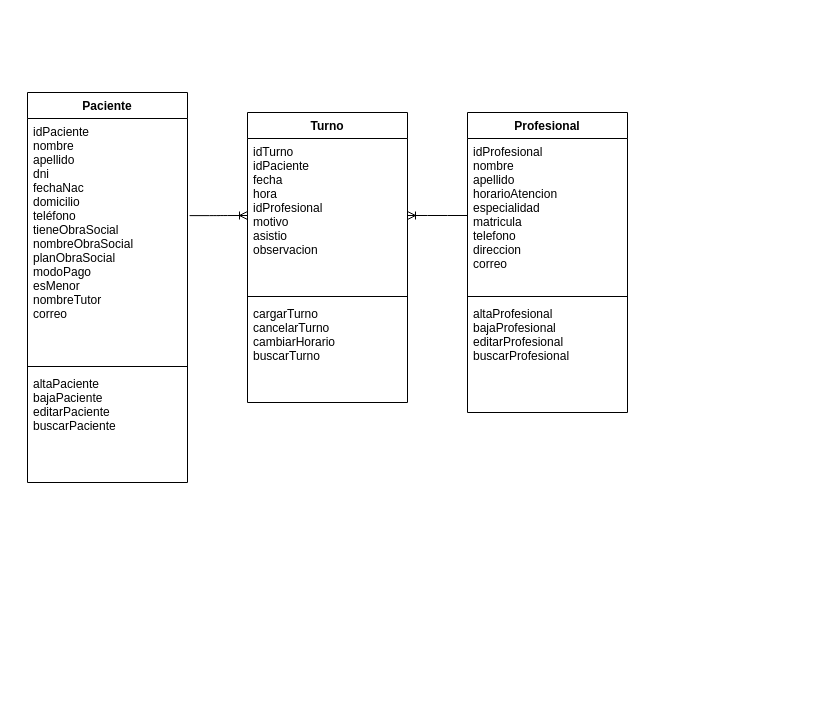
This is modeloDeClases-Soledad-Repezza.drawio from msrepezza/gestion-turnos-clinica-odontologica, a draw.io file, before an edit. Source tidied: cells renumbered, new cells numbered last; positions are measured from the earlier drawing's top-left corner, leaving out a move shared by most shapes. Both pictures are drawn from the tidied source at 100%, with x=0, y=0 at pixel (27, 92).
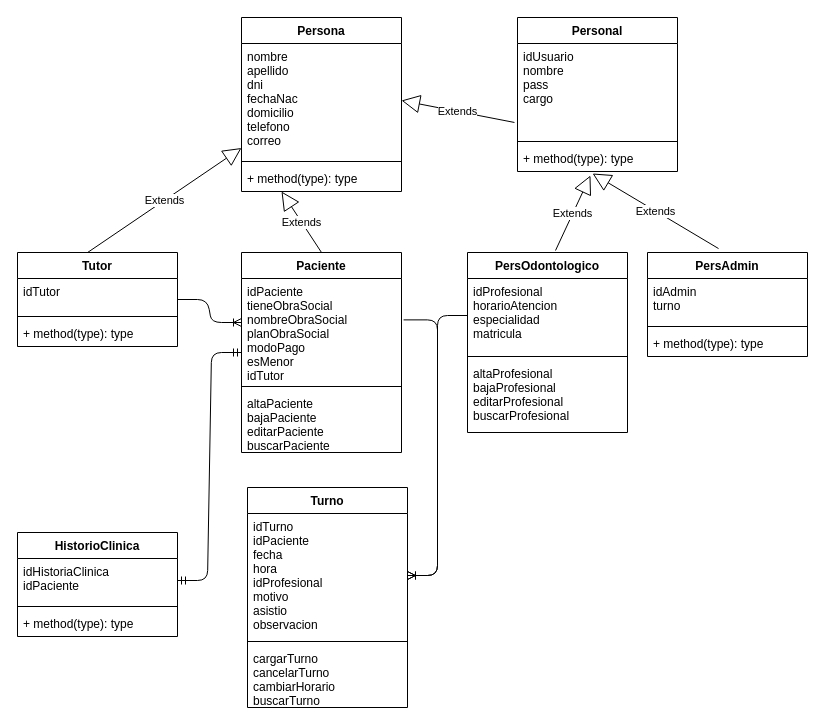
Above is the later version.

Diff of the diagram source:
```diff
@@
+    <mxCell id="16" value="Persona" style="swimlane;fontStyle=1;align=center;verticalAlign=top;horizontal=1;startSize=26;" parent="1" vertex="1">
+      <mxGeometry x="214" y="-75" width="160" height="174" as="geometry" />
+    </mxCell>
+    <mxCell id="17" value="nombre&#10;apellido&#10;dni&#10;fechaNac&#10;domicilio&#10;telefono&#10;correo" style="text;strokeColor=none;fillColor=none;align=left;verticalAlign=top;spacingLeft=4;spacingRight=4;overflow=hidden;points=[[0,0.5],[1,0.5]];portConstraint=eastwest;" parent="16" vertex="1">
+      <mxGeometry y="26" width="160" height="114" as="geometry" />
+    </mxCell>
+    <mxCell id="18" style="line;strokeWidth=1;fillColor=none;align=left;verticalAlign=middle;spacingTop=-1;spacingLeft=3;spacingRight=3;labelPosition=right;" parent="16" vertex="1">
+      <mxGeometry y="140" width="160" height="8" as="geometry" />
+    </mxCell>
+    <mxCell id="19" value="+ method(type): type" style="text;strokeColor=none;fillColor=none;align=left;verticalAlign=top;spacingLeft=4;spacingRight=4;overflow=hidden;" parent="16" vertex="1">
+      <mxGeometry y="148" width="160" height="26" as="geometry" />
+    </mxCell>
+    <mxCell id="20" value="Personal" style="swimlane;fontStyle=1;align=center;verticalAlign=top;horizontal=1;startSize=26;" parent="1" vertex="1">
+      <mxGeometry x="490" y="-75" width="160" height="154" as="geometry" />
+    </mxCell>
+    <mxCell id="21" value="idUsuario&#10;nombre&#10;pass&#10;cargo" style="text;strokeColor=none;fillColor=none;align=left;verticalAlign=top;spacingLeft=4;spacingRight=4;overflow=hidden;points=[[0,0.5],[1,0.5]];portConstraint=eastwest;" parent="20" vertex="1">
+      <mxGeometry y="26" width="160" height="94" as="geometry" />
+    </mxCell>
+    <mxCell id="22" style="line;strokeWidth=1;fillColor=none;align=left;verticalAlign=middle;spacingTop=-1;spacingLeft=3;spacingRight=3;labelPosition=right;" parent="20" vertex="1">
+      <mxGeometry y="120" width="160" height="8" as="geometry" />
+    </mxCell>
+    <mxCell id="23" value="+ method(type): type" style="text;strokeColor=none;fillColor=none;align=left;verticalAlign=top;spacingLeft=4;spacingRight=4;overflow=hidden;points=[[0,0.5],[1,0.5]];portConstraint=eastwest;" parent="20" vertex="1">
+      <mxGeometry y="128" width="160" height="26" as="geometry" />
+    </mxCell>
+    <mxCell id="24" style="edgeStyle=entityRelationEdgeStyle;fontSize=12;html=1;endArrow=ERmandOne;startArrow=ERmandOne;exitX=1;exitY=0.5;exitDx=0;exitDy=0;entryX=0;entryY=0.5;entryDx=0;entryDy=0;" parent="1" edge="1" source="35" target="4">
+      <mxGeometry relative="1" as="geometry" />
+    </mxCell>
+    <mxCell id="25" value="Extends" style="endArrow=block;endSize=16;endFill=0;html=1;exitX=0.438;exitY=0;exitDx=0;exitDy=0;exitPerimeter=0;entryX=0;entryY=0.75;entryDx=0;entryDy=0;" parent="1" edge="1" source="38" target="16">
+      <mxGeometry relative="1" as="geometry" />
+    </mxCell>
+    <mxCell id="26" value="Extends" style="endArrow=block;endSize=16;endFill=0;html=1;exitX=0.5;exitY=0;exitDx=0;exitDy=0;entryX=0.25;entryY=1;entryDx=0;entryDy=0;" parent="1" edge="1" source="4" target="16">
+      <mxGeometry relative="1" as="geometry" />
+    </mxCell>
+    <mxCell id="27" value="Extends" style="endArrow=block;endSize=16;endFill=0;html=1;exitX=-0.019;exitY=0.84;exitDx=0;exitDy=0;exitPerimeter=0;entryX=1;entryY=0.5;entryDx=0;entryDy=0;" parent="1" edge="1" source="21" target="17">
+      <mxGeometry relative="1" as="geometry" />
+    </mxCell>
+    <mxCell id="28" value="Extends" style="endArrow=block;endSize=16;endFill=0;html=1;entryX=0.456;entryY=1.154;entryDx=0;entryDy=0;entryPerimeter=0;exitX=0.55;exitY=-0.011;exitDx=0;exitDy=0;exitPerimeter=0;" parent="1" edge="1" source="12" target="23">
+      <mxGeometry relative="1" as="geometry" />
+    </mxCell>
+    <mxCell id="29" value="Extends" style="endArrow=block;endSize=16;endFill=0;html=1;entryX=0.469;entryY=1.077;entryDx=0;entryDy=0;entryPerimeter=0;exitX=0.444;exitY=-0.038;exitDx=0;exitDy=0;exitPerimeter=0;" parent="1" edge="1" source="30" target="23">
+      <mxGeometry relative="1" as="geometry" />
+    </mxCell>
+    <mxCell id="30" value="PersAdmin" style="swimlane;fontStyle=1;align=center;verticalAlign=top;horizontal=1;startSize=26;" parent="1" vertex="1">
+      <mxGeometry x="620" y="160" width="160" height="104" as="geometry" />
+    </mxCell>
+    <mxCell id="31" value="idAdmin&#10;turno&#10;" style="text;strokeColor=none;fillColor=none;align=left;verticalAlign=top;spacingLeft=4;spacingRight=4;overflow=hidden;" parent="30" vertex="1">
+      <mxGeometry y="26" width="160" height="44" as="geometry" />
+    </mxCell>
+    <mxCell id="32" style="line;strokeWidth=1;fillColor=none;align=left;verticalAlign=middle;spacingTop=-1;spacingLeft=3;spacingRight=3;labelPosition=right;" parent="30" vertex="1">
+      <mxGeometry y="70" width="160" height="8" as="geometry" />
+    </mxCell>
+    <mxCell id="33" value="+ method(type): type" style="text;strokeColor=none;fillColor=none;align=left;verticalAlign=top;spacingLeft=4;spacingRight=4;overflow=hidden;" parent="30" vertex="1">
+      <mxGeometry y="78" width="160" height="26" as="geometry" />
+    </mxCell>
+    <mxCell id="12" value="PersOdontologico" style="swimlane;fontStyle=1;align=center;verticalAlign=top;horizontal=1;startSize=26;" parent="1" vertex="1">
+      <mxGeometry x="440" y="160" width="160" height="180" as="geometry" />
+    </mxCell>
+    <mxCell id="13" value="idProfesional&#10;horarioAtencion&#10;especialidad&#10;matricula&#10;&#10;" style="text;strokeColor=none;fillColor=none;align=left;verticalAlign=top;spacingLeft=4;spacingRight=4;overflow=hidden;points=[[0,0.5],[1,0.5]];portConstraint=eastwest;" parent="12" vertex="1">
+      <mxGeometry y="26" width="160" height="74" as="geometry" />
+    </mxCell>
+    <mxCell id="14" style="line;strokeWidth=1;fillColor=none;align=left;verticalAlign=middle;spacingTop=-1;spacingLeft=3;spacingRight=3;labelPosition=right;" parent="12" vertex="1">
+      <mxGeometry y="100" width="160" height="8" as="geometry" />
+    </mxCell>
+    <mxCell id="15" value="altaProfesional&#10;bajaProfesional&#10;editarProfesional&#10;buscarProfesional&#10;" style="text;strokeColor=none;fillColor=none;align=left;verticalAlign=top;spacingLeft=4;spacingRight=4;overflow=hidden;" parent="12" vertex="1">
+      <mxGeometry y="108" width="160" height="72" as="geometry" />
+    </mxCell>
+    <mxCell id="8" value="Turno" style="swimlane;fontStyle=1;align=center;verticalAlign=top;horizontal=1;startSize=26;" parent="1" vertex="1">
+      <mxGeometry x="220" y="395" width="160" height="220" as="geometry" />
+    </mxCell>
+    <mxCell id="9" value="idTurno&#10;idPaciente&#10;fecha&#10;hora&#10;idProfesional&#10;motivo&#10;asistio&#10;observacion&#10;" style="text;strokeColor=none;fillColor=none;align=left;verticalAlign=top;spacingLeft=4;spacingRight=4;overflow=hidden;points=[[0,0.5],[1,0.5]];portConstraint=eastwest;" parent="8" vertex="1">
+      <mxGeometry y="26" width="160" height="124" as="geometry" />
+    </mxCell>
+    <mxCell id="10" style="line;strokeWidth=1;fillColor=none;align=left;verticalAlign=middle;spacingTop=-1;spacingLeft=3;spacingRight=3;labelPosition=right;" parent="8" vertex="1">
+      <mxGeometry y="150" width="160" height="8" as="geometry" />
+    </mxCell>
+    <mxCell id="11" value="cargarTurno&#10;cancelarTurno&#10;cambiarHorario&#10;buscarTurno&#10;&#10;" style="text;strokeColor=none;fillColor=none;align=left;verticalAlign=top;spacingLeft=4;spacingRight=4;overflow=hidden;" parent="8" vertex="1">
+      <mxGeometry y="158" width="160" height="62" as="geometry" />
+    </mxCell>
     <mxCell id="4" value="Paciente" style="swimlane;fontStyle=1;align=center;verticalAlign=top;horizontal=1;startSize=26;" parent="1" vertex="1">
-      <mxGeometry width="160" height="390" as="geometry" />
+      <mxGeometry x="214" y="160" width="160" height="200" as="geometry" />
     </mxCell>
-    <mxCell id="5" value="idPaciente&#10;nombre&#10;apellido&#10;dni&#10;fechaNac&#10;domicilio&#10;teléfono&#10;tieneObraSocial&#10;nombreObraSocial&#10;planObraSocial&#10;modoPago&#10;esMenor&#10;nombreTutor&#10;correo&#10;&#10;" style="text;strokeColor=none;fillColor=none;align=left;verticalAlign=top;spacingLeft=4;spacingRight=4;overflow=hidden;points=[[0,0.5],[1,0.5]];portConstraint=eastwest;" parent="4" vertex="1">
-      <mxGeometry y="26" width="160" height="244" as="geometry" />
+    <mxCell id="5" value="idPaciente&#10;tieneObraSocial&#10;nombreObraSocial&#10;planObraSocial&#10;modoPago&#10;esMenor&#10;idTutor&#10;&#10;&#10;" style="text;strokeColor=none;fillColor=none;align=left;verticalAlign=top;spacingLeft=4;spacingRight=4;overflow=hidden;points=[[0,0.5],[1,0.5]];portConstraint=eastwest;" parent="4" vertex="1">
+      <mxGeometry y="26" width="160" height="104" as="geometry" />
     </mxCell>
     <mxCell id="6" style="line;strokeWidth=1;fillColor=none;align=left;verticalAlign=middle;spacingTop=-1;spacingLeft=3;spacingRight=3;labelPosition=right;" parent="4" vertex="1">
-      <mxGeometry y="270" width="160" height="8" as="geometry" />
+      <mxGeometry y="130" width="160" height="8" as="geometry" />
     </mxCell>
     <mxCell id="7" value="altaPaciente&#10;bajaPaciente&#10;editarPaciente&#10;buscarPaciente&#10;&#10;" style="text;strokeColor=none;fillColor=none;align=left;verticalAlign=top;spacingLeft=4;spacingRight=4;overflow=hidden;" parent="4" vertex="1">
-      <mxGeometry y="278" width="160" height="112" as="geometry" />
+      <mxGeometry y="138" width="160" height="62" as="geometry" />
     </mxCell>
-    <mxCell id="8" value="Turno" style="swimlane;fontStyle=1;align=center;verticalAlign=top;horizontal=1;startSize=26;" parent="1" vertex="1">
-      <mxGeometry x="220" y="20" width="160" height="290" as="geometry" />
-    </mxCell>
-    <mxCell id="9" value="idTurno&#10;idPaciente&#10;fecha&#10;hora&#10;idProfesional&#10;motivo&#10;asistio&#10;observacion&#10;" style="text;strokeColor=none;fillColor=none;align=left;verticalAlign=top;spacingLeft=4;spacingRight=4;overflow=hidden;points=[[0,0.5],[1,0.5]];portConstraint=eastwest;" parent="8" vertex="1">
-      <mxGeometry y="26" width="160" height="154" as="geometry" />
-    </mxCell>
-    <mxCell id="10" style="line;strokeWidth=1;fillColor=none;align=left;verticalAlign=middle;spacingTop=-1;spacingLeft=3;spacingRight=3;labelPosition=right;" parent="8" vertex="1">
-      <mxGeometry y="180" width="160" height="8" as="geometry" />
-    </mxCell>
-    <mxCell id="11" value="cargarTurno&#10;cancelarTurno&#10;cambiarHorario&#10;buscarTurno&#10;&#10;" style="text;strokeColor=none;fillColor=none;align=left;verticalAlign=top;spacingLeft=4;spacingRight=4;overflow=hidden;" parent="8" vertex="1">
-      <mxGeometry y="188" width="160" height="102" as="geometry" />
-    </mxCell>
-    <mxCell id="12" value="Profesional" style="swimlane;fontStyle=1;align=center;verticalAlign=top;horizontal=1;startSize=26;" parent="1" vertex="1">
-      <mxGeometry x="440" y="20" width="160" height="300" as="geometry" />
-    </mxCell>
-    <mxCell id="13" value="idProfesional&#10;nombre&#10;apellido&#10;horarioAtencion&#10;especialidad&#10;matricula&#10;telefono&#10;direccion&#10;correo&#10;&#10;" style="text;strokeColor=none;fillColor=none;align=left;verticalAlign=top;spacingLeft=4;spacingRight=4;overflow=hidden;points=[[0,0.5],[1,0.5]];portConstraint=eastwest;" parent="12" vertex="1">
-      <mxGeometry y="26" width="160" height="154" as="geometry" />
-    </mxCell>
-    <mxCell id="14" style="line;strokeWidth=1;fillColor=none;align=left;verticalAlign=middle;spacingTop=-1;spacingLeft=3;spacingRight=3;labelPosition=right;" parent="12" vertex="1">
-      <mxGeometry y="180" width="160" height="8" as="geometry" />
-    </mxCell>
-    <mxCell id="15" value="altaProfesional&#10;bajaProfesional&#10;editarProfesional&#10;buscarProfesional&#10;" style="text;strokeColor=none;fillColor=none;align=left;verticalAlign=top;spacingLeft=4;spacingRight=4;overflow=hidden;" parent="12" vertex="1">
-      <mxGeometry y="188" width="160" height="112" as="geometry" />
-    </mxCell>
+    <mxCell id="34" value="HistorioClinica" style="swimlane;fontStyle=1;align=center;verticalAlign=top;horizontal=1;startSize=26;" parent="1" vertex="1">
+      <mxGeometry x="-10" y="440" width="160" height="104" as="geometry" />
+    </mxCell>
+    <mxCell id="35" value="idHistoriaClinica&#10;idPaciente&#10;" style="text;strokeColor=none;fillColor=none;align=left;verticalAlign=top;spacingLeft=4;spacingRight=4;overflow=hidden;points=[[0,0.5],[1,0.5]];portConstraint=eastwest;" parent="34" vertex="1">
+      <mxGeometry y="26" width="160" height="44" as="geometry" />
+    </mxCell>
+    <mxCell id="36" style="line;strokeWidth=1;fillColor=none;align=left;verticalAlign=middle;spacingTop=-1;spacingLeft=3;spacingRight=3;labelPosition=right;" parent="34" vertex="1">
+      <mxGeometry y="70" width="160" height="8" as="geometry" />
+    </mxCell>
+    <mxCell id="37" value="+ method(type): type" style="text;strokeColor=none;fillColor=none;align=left;verticalAlign=top;spacingLeft=4;spacingRight=4;overflow=hidden;" parent="34" vertex="1">
+      <mxGeometry y="78" width="160" height="26" as="geometry" />
+    </mxCell>
+    <mxCell id="38" value="Tutor" style="swimlane;fontStyle=1;align=center;verticalAlign=top;horizontal=1;startSize=26;" parent="1" vertex="1">
+      <mxGeometry x="-10" y="160" width="160" height="94" as="geometry" />
+    </mxCell>
+    <mxCell id="39" value="idTutor&#10;" style="text;strokeColor=none;fillColor=none;align=left;verticalAlign=top;spacingLeft=4;spacingRight=4;overflow=hidden;" parent="38" vertex="1">
+      <mxGeometry y="26" width="160" height="34" as="geometry" />
+    </mxCell>
+    <mxCell id="40" style="line;strokeWidth=1;fillColor=none;align=left;verticalAlign=middle;spacingTop=-1;spacingLeft=3;spacingRight=3;labelPosition=right;" parent="38" vertex="1">
+      <mxGeometry y="60" width="160" height="8" as="geometry" />
+    </mxCell>
+    <mxCell id="41" value="+ method(type): type" style="text;strokeColor=none;fillColor=none;align=left;verticalAlign=top;spacingLeft=4;spacingRight=4;overflow=hidden;" parent="38" vertex="1">
+      <mxGeometry y="68" width="160" height="26" as="geometry" />
+    </mxCell>
+    <mxCell id="42" style="edgeStyle=entityRelationEdgeStyle;fontSize=12;html=1;endArrow=ERoneToMany;exitX=1;exitY=0.5;exitDx=0;exitDy=0;" parent="1" edge="1" source="38">
+      <mxGeometry relative="1" as="geometry">
+        <mxPoint x="214" y="230" as="targetPoint" />
+      </mxGeometry>
+    </mxCell>
```
